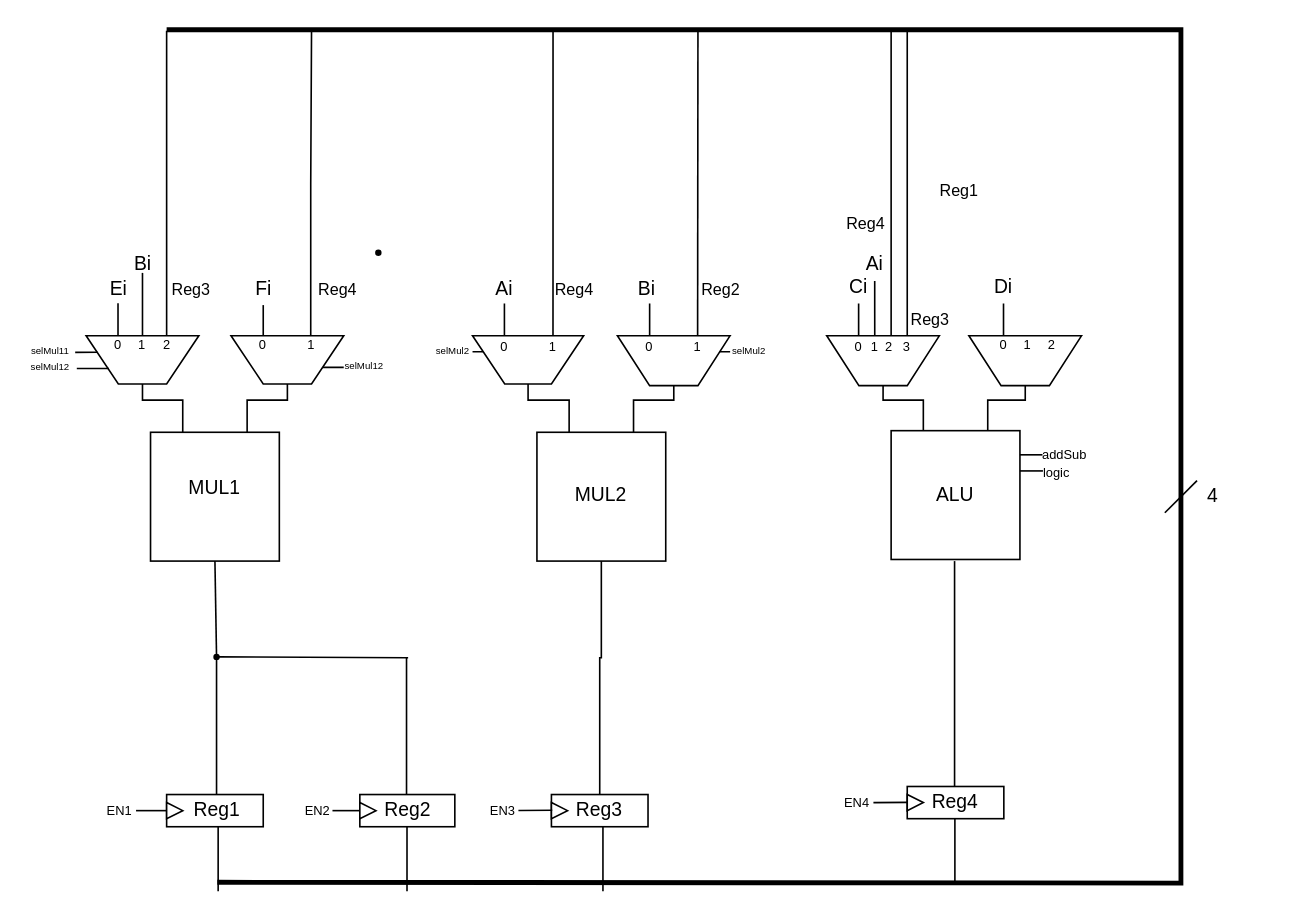
Above: Untitled Diagram.drawio in FranciscoPRosa/NEEC_test (draw.io), before the change. Source tidied: cells renumbered, new cells numbered last; positions are measured from the earlier drawing's top-left corner, leaving out a move shared by most shapes. Both pictures are drawn from the tidied source at 161%, with x=0, y=0 at pixel (26, 29).
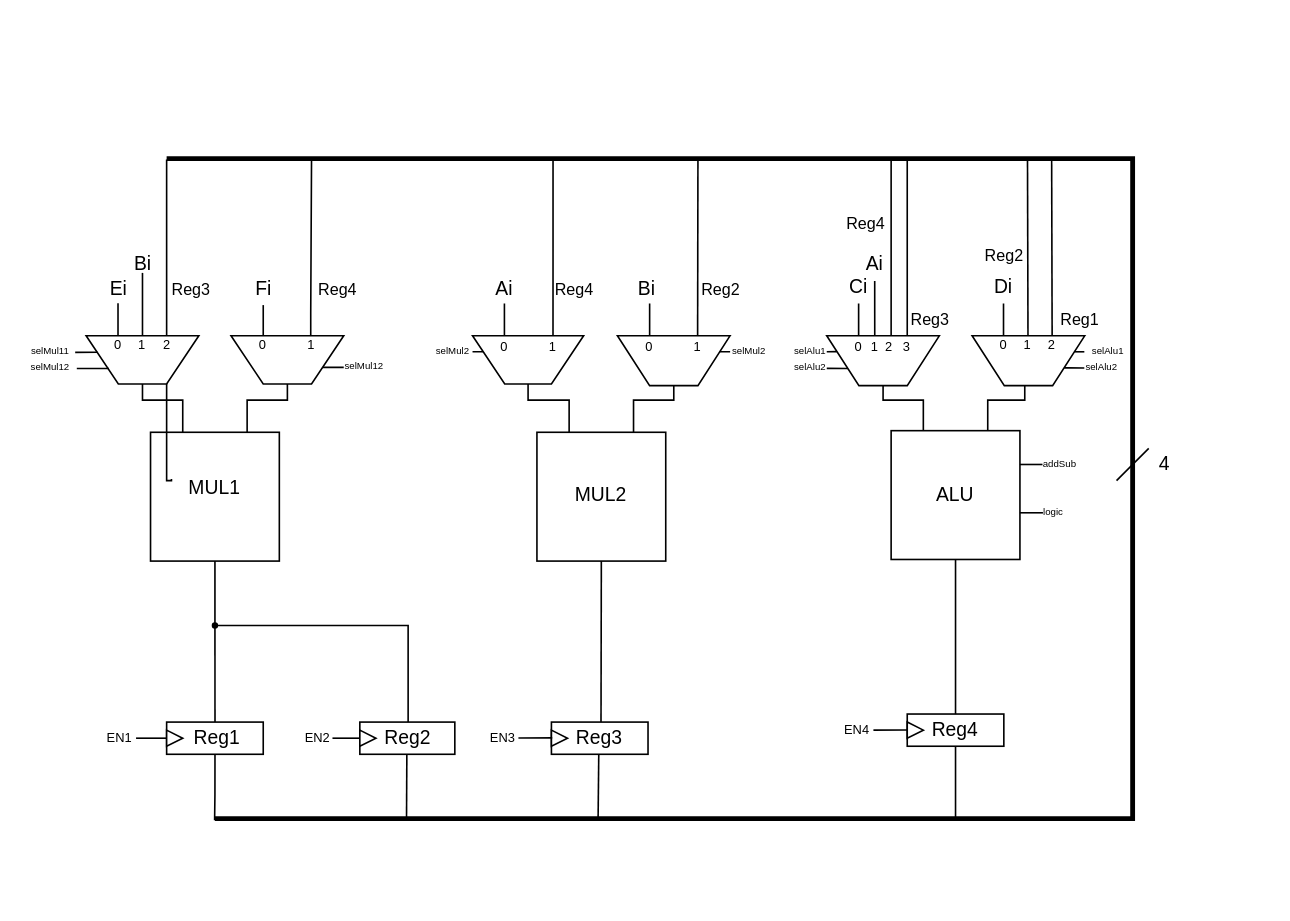
Above is the later version.

The change refers to these unchanged cells:
```xml
<mxCell id="10" style="whiteSpace=wrap;html=1;" parent="1" vertex="1">
  <mxGeometry x="77" y="250" width="80" height="80" as="geometry" />
</mxCell>
<mxCell id="12" style="whiteSpace=wrap;html=1;" parent="1" vertex="1">
  <mxGeometry x="317" y="250" width="80" height="80" as="geometry" />
</mxCell>
<mxCell id="13" style="whiteSpace=wrap;html=1;" parent="1" vertex="1">
  <mxGeometry x="537" y="249" width="80" height="80" as="geometry" />
</mxCell>
<mxCell id="70" value="&lt;font style=&quot;font-size: 8px;&quot;&gt;1&lt;/font&gt;" style="text;html=1;align=center;verticalAlign=middle;whiteSpace=wrap;rounded=0;" parent="1" vertex="1">
  <mxGeometry x="166.5" y="190" width="20" height="10" as="geometry" />
</mxCell>
<mxCell id="85" value="&lt;font style=&quot;font-size: 8px;&quot;&gt;1&lt;/font&gt;" style="text;html=1;align=center;verticalAlign=middle;whiteSpace=wrap;rounded=0;" parent="1" vertex="1">
  <mxGeometry x="317" y="191" width="20" height="10" as="geometry" />
</mxCell>
<mxCell id="87" value="&lt;font style=&quot;font-size: 8px;&quot;&gt;1&lt;/font&gt;" style="text;html=1;align=center;verticalAlign=middle;whiteSpace=wrap;rounded=0;" parent="1" vertex="1">
  <mxGeometry x="406.8" y="191" width="20" height="10" as="geometry" />
</mxCell>
<mxCell id="94" style="shape=trapezoid;perimeter=trapezoidPerimeter;whiteSpace=wrap;html=1;fixedSize=1;direction=west;" parent="1" vertex="1">
  <mxGeometry x="497" y="190" width="70" height="31" as="geometry" />
</mxCell>
<mxCell id="107" value="&lt;font style=&quot;font-size: 8px;&quot;&gt;2&lt;/font&gt;" style="text;html=1;align=center;verticalAlign=middle;whiteSpace=wrap;rounded=0;" parent="1" vertex="1">
  <mxGeometry x="627" y="190" width="20" height="10" as="geometry" />
</mxCell>
```

The edit, as a diff of the source:
```diff
@@
     <mxCell id="2" style="rounded=0;whiteSpace=wrap;html=1;" parent="1" vertex="1">
-      <mxGeometry x="326" y="475" width="60" height="20" as="geometry" />
+      <mxGeometry x="326" y="430" width="60" height="20" as="geometry" />
     </mxCell>
     <mxCell id="3" style="triangle;whiteSpace=wrap;html=1;" parent="1" vertex="1">
-      <mxGeometry x="326" y="480" width="10" height="10" as="geometry" />
+      <mxGeometry x="326" y="435" width="10" height="10" as="geometry" />
     </mxCell>
     <mxCell id="4" style="rounded=0;whiteSpace=wrap;html=1;" parent="1" vertex="1">
-      <mxGeometry x="87" y="475" width="60" height="20" as="geometry" />
+      <mxGeometry x="87" y="430" width="60" height="20" as="geometry" />
     </mxCell>
     <mxCell id="5" style="triangle;whiteSpace=wrap;html=1;" parent="1" vertex="1">
-      <mxGeometry x="87" y="480" width="10" height="10" as="geometry" />
+      <mxGeometry x="87" y="435" width="10" height="10" as="geometry" />
     </mxCell>
     <mxCell id="6" style="rounded=0;whiteSpace=wrap;html=1;" parent="1" vertex="1">
-      <mxGeometry x="547" y="470" width="60" height="20" as="geometry" />
+      <mxGeometry x="547" y="425" width="60" height="20" as="geometry" />
     </mxCell>
     <mxCell id="7" style="triangle;whiteSpace=wrap;html=1;" parent="1" vertex="1">
-      <mxGeometry x="547" y="475" width="10" height="10" as="geometry" />
+      <mxGeometry x="547" y="430" width="10" height="10" as="geometry" />
     </mxCell>
     <mxCell id="8" style="rounded=0;whiteSpace=wrap;html=1;" parent="1" vertex="1">
-      <mxGeometry x="207" y="475" width="59" height="20" as="geometry" />
+      <mxGeometry x="207" y="430" width="59" height="20" as="geometry" />
     </mxCell>
     <mxCell id="9" style="triangle;whiteSpace=wrap;html=1;" parent="1" vertex="1">
-      <mxGeometry x="207" y="480" width="10" height="10" as="geometry" />
+      <mxGeometry x="207" y="435" width="10" height="10" as="geometry" />
     </mxCell>
@@
-    <mxCell id="11" style="edgeStyle=orthogonalEdgeStyle;rounded=0;jettySize=auto;html=1;exitX=0.5;exitY=1;exitDx=0;exitDy=0;entryX=0.5;entryY=0;entryDx=0;entryDy=0;endArrow=none;endFill=0;" parent="1" edge="1" source="12" target="2">
-      <mxGeometry relative="1" as="geometry">
-        <Array as="points">
-          <mxPoint x="357" y="390" />
-        </Array>
-      </mxGeometry>
-    </mxCell>
@@
+    <mxCell id="115" style="edgeStyle=orthogonalEdgeStyle;rounded=0;jettySize=auto;html=1;endArrow=none;endFill=0;exitX=0.5;exitY=1;exitDx=0;exitDy=0;" parent="1" edge="1" source="13">
+      <mxGeometry relative="1" as="geometry">
+        <mxPoint x="577" y="425" as="targetPoint" />
+      </mxGeometry>
+    </mxCell>
@@
     <mxCell id="14" style="edgeStyle=orthogonalEdgeStyle;rounded=0;orthogonalLoop=1;jettySize=auto;html=1;exitX=0.25;exitY=1;exitDx=0;exitDy=0;endArrow=none;endFill=0;" parent="1" edge="1">
       <mxGeometry relative="1" as="geometry">
-        <mxPoint x="90" y="199" as="sourcePoint" />
-        <mxPoint x="87" y="0.6" as="targetPoint" />
+        <mxPoint x="90" y="279" as="sourcePoint" />
+        <mxPoint x="87" y="80.6" as="targetPoint" />
         <Array as="points">
-          <mxPoint x="90.5" y="200" />
-          <mxPoint x="87.5" y="200" />
+          <mxPoint x="90.5" y="280" />
+          <mxPoint x="87.5" y="280" />
         </Array>
       </mxGeometry>
     </mxCell>
@@
-    <mxCell id="18" style="endArrow=none;html=1;rounded=0;entryX=0.5;entryY=1;entryDx=0;entryDy=0;" parent="1" edge="1" source="59" target="10">
-      <mxGeometry relative="1" as="geometry" />
-    </mxCell>
-    <mxCell id="19" style="endArrow=none;html=1;rounded=0;exitX=0.5;exitY=0.167;exitDx=0;exitDy=0;exitPerimeter=0;" parent="1" edge="1">
-      <mxGeometry relative="1" as="geometry">
-        <mxPoint x="576.4" y="470" as="sourcePoint" />
-        <mxPoint x="576.4" y="330" as="targetPoint" />
-      </mxGeometry>
-    </mxCell>
@@
-    <mxCell id="22" style="endArrow=none;html=1;rounded=0;exitX=0.574;exitY=-0.029;exitDx=0;exitDy=0;exitPerimeter=0;" parent="1" edge="1">
+    <mxCell id="22" style="endArrow=none;html=1;rounded=0;" parent="1" edge="1">
       <mxGeometry relative="1" as="geometry">
-        <mxPoint x="236" y="475" as="sourcePoint" />
-        <mxPoint x="236" y="390" as="targetPoint" />
+        <mxPoint x="237" y="430" as="sourcePoint" />
+        <mxPoint x="117" y="370" as="targetPoint" />
+        <Array as="points">
+          <mxPoint x="237" y="370" />
+        </Array>
       </mxGeometry>
     </mxCell>
@@
     <mxCell id="24" value="Reg3" style="text;html=1;align=center;verticalAlign=middle;whiteSpace=wrap;rounded=0;" parent="1" vertex="1">
-      <mxGeometry x="326" y="470" width="60" height="30" as="geometry" />
+      <mxGeometry x="326" y="425" width="60" height="30" as="geometry" />
     </mxCell>
+    <mxCell id="116" style="edgeStyle=orthogonalEdgeStyle;rounded=0;jettySize=auto;html=1;endArrow=none;endFill=0;exitX=0.475;exitY=0.833;exitDx=0;exitDy=0;exitPerimeter=0;" parent="1" edge="1" source="25">
+      <mxGeometry relative="1" as="geometry">
+        <mxPoint x="116.8" y="491" as="targetPoint" />
+      </mxGeometry>
+    </mxCell>
     <mxCell id="25" value="Reg1" style="text;html=1;align=center;verticalAlign=middle;whiteSpace=wrap;rounded=0;" parent="1" vertex="1">
-      <mxGeometry x="89" y="470" width="59" height="30" as="geometry" />
+      <mxGeometry x="89" y="425" width="59" height="30" as="geometry" />
     </mxCell>
     <mxCell id="26" value="Reg4" style="text;html=1;align=center;verticalAlign=middle;whiteSpace=wrap;rounded=0;" parent="1" vertex="1">
-      <mxGeometry x="547" y="465" width="60" height="30" as="geometry" />
+      <mxGeometry x="547" y="420" width="60" height="30" as="geometry" />
     </mxCell>
     <mxCell id="27" value="Reg2" style="text;html=1;align=center;verticalAlign=middle;whiteSpace=wrap;rounded=0;" parent="1" vertex="1">
-      <mxGeometry x="206.5" y="470" width="60" height="30" as="geometry" />
+      <mxGeometry x="206.5" y="425" width="60" height="30" as="geometry" />
     </mxCell>
     <mxCell id="28" style="endArrow=none;html=1;rounded=0;entryX=0;entryY=0;entryDx=0;entryDy=0;" parent="1" edge="1">
       <mxGeometry relative="1" as="geometry">
-        <mxPoint x="617" y="264" as="sourcePoint" />
-        <mxPoint x="631" y="264" as="targetPoint" />
+        <mxPoint x="617" y="270" as="sourcePoint" />
+        <mxPoint x="631" y="270" as="targetPoint" />
       </mxGeometry>
     </mxCell>
-    <mxCell id="29" value="&lt;font style=&quot;font-size: 8px;&quot;&gt;addSub&lt;/font&gt;" style="text;html=1;align=center;verticalAlign=middle;whiteSpace=wrap;rounded=0;fontSize=10;" parent="1" vertex="1">
-      <mxGeometry x="630.3" y="255" width="30" height="15" as="geometry" />
+    <mxCell id="29" value="&lt;font style=&quot;font-size: 6px;&quot;&gt;addSub&lt;/font&gt;" style="text;html=1;align=center;verticalAlign=middle;whiteSpace=wrap;rounded=0;fontSize=6;" parent="1" vertex="1">
+      <mxGeometry x="627" y="262.5" width="30" height="15" as="geometry" />
     </mxCell>
-    <mxCell id="30" style="endArrow=none;html=1;rounded=0;" parent="1" edge="1">
-      <mxGeometry relative="1" as="geometry">
-        <mxPoint x="119" y="535" as="sourcePoint" />
-        <mxPoint x="119" y="495" as="targetPoint" />
-      </mxGeometry>
-    </mxCell>
     <mxCell id="31" style="endArrow=none;html=1;rounded=0;" parent="1" edge="1">
       <mxGeometry relative="1" as="geometry">
-        <mxPoint x="236.3" y="535" as="sourcePoint" />
-        <mxPoint x="236.3" y="495" as="targetPoint" />
+        <mxPoint x="236" y="490" as="sourcePoint" />
+        <mxPoint x="236.2" y="450" as="targetPoint" />
       </mxGeometry>
     </mxCell>
     <mxCell id="32" style="endArrow=none;html=1;rounded=0;" parent="1" edge="1">
       <mxGeometry relative="1" as="geometry">
-        <mxPoint x="358" y="535" as="sourcePoint" />
-        <mxPoint x="358" y="495" as="targetPoint" />
+        <mxPoint x="355" y="490" as="sourcePoint" />
+        <mxPoint x="355.4" y="450" as="targetPoint" />
       </mxGeometry>
     </mxCell>
     <mxCell id="33" style="endArrow=none;html=1;rounded=0;" parent="1" edge="1">
       <mxGeometry relative="1" as="geometry">
-        <mxPoint x="576.6" y="530" as="sourcePoint" />
-        <mxPoint x="576.6" y="490" as="targetPoint" />
+        <mxPoint x="577" y="490" as="sourcePoint" />
+        <mxPoint x="577" y="445" as="targetPoint" />
       </mxGeometry>
     </mxCell>
     <mxCell id="34" style="endArrow=none;html=1;rounded=0;strokeWidth=3;" parent="1" edge="1">
       <mxGeometry relative="1" as="geometry">
-        <mxPoint x="118.5" y="529.5" as="sourcePoint" />
-        <mxPoint x="87" as="targetPoint" />
+        <mxPoint x="117" y="490" as="sourcePoint" />
+        <mxPoint x="87" y="80" as="targetPoint" />
         <Array as="points">
-          <mxPoint x="717" y="530" />
-          <mxPoint x="717" y="265" />
-          <mxPoint x="717" />
+          <mxPoint x="417" y="490" />
+          <mxPoint x="687" y="490" />
+          <mxPoint x="687" y="80" />
         </Array>
       </mxGeometry>
     </mxCell>
     <mxCell id="35" style="endArrow=none;html=1;rounded=0;" parent="1" edge="1">
       <mxGeometry relative="1" as="geometry">
         <mxPoint x="537" y="190" as="sourcePoint" />
-        <mxPoint x="537" as="targetPoint" />
+        <mxPoint x="537" y="80" as="targetPoint" />
       </mxGeometry>
     </mxCell>
     <mxCell id="36" style="endArrow=none;html=1;rounded=0;exitX=0.5;exitY=0;exitDx=0;exitDy=0;" parent="1" edge="1" source="87">
       <mxGeometry relative="1" as="geometry">
-        <mxPoint x="417" as="targetPoint" />
+        <mxPoint x="417" y="80" as="targetPoint" />
       </mxGeometry>
     </mxCell>
     <mxCell id="37" style="endArrow=none;html=1;rounded=0;" parent="1" edge="1">
       <mxGeometry relative="1" as="geometry">
-        <mxPoint x="707" y="300" as="sourcePoint" />
-        <mxPoint x="727" y="280" as="targetPoint" />
+        <mxPoint x="677" y="280" as="sourcePoint" />
+        <mxPoint x="697" y="260" as="targetPoint" />
       </mxGeometry>
     </mxCell>
     <mxCell id="38" value="4" style="text;html=1;align=center;verticalAlign=middle;whiteSpace=wrap;rounded=0;" parent="1" vertex="1">
-      <mxGeometry x="707" y="275" width="60" height="30" as="geometry" />
+      <mxGeometry x="677" y="255" width="60" height="30" as="geometry" />
     </mxCell>
@@
     <mxCell id="43" value="&lt;span style=&quot;font-size: 10px;&quot;&gt;Reg1&lt;/span&gt;" style="text;html=1;align=center;verticalAlign=middle;whiteSpace=wrap;rounded=0;" parent="1" vertex="1">
-      <mxGeometry x="562" y="90" width="35" height="20" as="geometry" />
+      <mxGeometry x="637" y="170" width="35" height="20" as="geometry" />
     </mxCell>
@@
     <mxCell id="47" style="endArrow=none;html=1;rounded=0;entryX=-0.023;entryY=0.511;entryDx=0;entryDy=0;entryPerimeter=0;" parent="1" edge="1">
       <mxGeometry relative="1" as="geometry">
-        <mxPoint x="68" y="485" as="sourcePoint" />
-        <mxPoint x="86.6" y="485.2" as="targetPoint" />
+        <mxPoint x="68" y="440" as="sourcePoint" />
+        <mxPoint x="86.6" y="440.2" as="targetPoint" />
         <Array as="points">
-          <mxPoint x="78" y="485" />
-          <mxPoint x="87" y="485" />
+          <mxPoint x="78" y="440" />
+          <mxPoint x="87" y="440" />
         </Array>
       </mxGeometry>
     </mxCell>
     <mxCell id="48" value="EN1" style="text;html=1;align=center;verticalAlign=middle;whiteSpace=wrap;rounded=0;fontSize=8;" parent="1" vertex="1">
-      <mxGeometry x="48" y="480" width="20" height="10" as="geometry" />
+      <mxGeometry x="48" y="435" width="20" height="10" as="geometry" />
     </mxCell>
     <mxCell id="49" style="endArrow=none;html=1;rounded=0;entryX=0;entryY=0.5;entryDx=0;entryDy=0;" parent="1" edge="1" target="9">
       <mxGeometry relative="1" as="geometry">
-        <mxPoint x="190" y="485" as="sourcePoint" />
+        <mxPoint x="190" y="440" as="sourcePoint" />
       </mxGeometry>
     </mxCell>
     <mxCell id="50" value="EN2" style="text;html=1;align=center;verticalAlign=middle;whiteSpace=wrap;rounded=0;fontSize=8;" parent="1" vertex="1">
-      <mxGeometry x="171" y="480" width="20" height="10" as="geometry" />
+      <mxGeometry x="171" y="435" width="20" height="10" as="geometry" />
     </mxCell>
     <mxCell id="51" style="endArrow=none;html=1;rounded=0;" parent="1" edge="1">
       <mxGeometry relative="1" as="geometry">
-        <mxPoint x="305.5" y="484.9" as="sourcePoint" />
-        <mxPoint x="326.5" y="484.8" as="targetPoint" />
+        <mxPoint x="305.5" y="439.9" as="sourcePoint" />
+        <mxPoint x="326.5" y="439.8" as="targetPoint" />
       </mxGeometry>
     </mxCell>
     <mxCell id="52" value="EN3" style="text;html=1;align=center;verticalAlign=middle;whiteSpace=wrap;rounded=0;fontSize=8;" parent="1" vertex="1">
-      <mxGeometry x="286" y="480" width="20" height="10" as="geometry" />
+      <mxGeometry x="286" y="435" width="20" height="10" as="geometry" />
     </mxCell>
     <mxCell id="53" style="endArrow=none;html=1;rounded=0;" parent="1" edge="1">
       <mxGeometry relative="1" as="geometry">
-        <mxPoint x="526" y="480" as="sourcePoint" />
-        <mxPoint x="547" y="479.9" as="targetPoint" />
+        <mxPoint x="526" y="435" as="sourcePoint" />
+        <mxPoint x="547" y="434.9" as="targetPoint" />
       </mxGeometry>
     </mxCell>
     <mxCell id="54" value="EN4" style="text;html=1;align=center;verticalAlign=middle;whiteSpace=wrap;rounded=0;fontSize=8;" parent="1" vertex="1">
-      <mxGeometry x="506" y="475" width="20" height="10" as="geometry" />
+      <mxGeometry x="506" y="430" width="20" height="10" as="geometry" />
     </mxCell>
-    <mxCell id="55" value="&lt;span style=&quot;font-size: 8px;&quot;&gt;logic&lt;/span&gt;" style="text;html=1;align=center;verticalAlign=middle;whiteSpace=wrap;rounded=0;fontSize=10;" parent="1" vertex="1">
-      <mxGeometry x="625.3" y="266" width="30" height="15" as="geometry" />
+    <mxCell id="55" value="&lt;span style=&quot;font-size: 6px;&quot;&gt;logic&lt;/span&gt;" style="text;html=1;align=center;verticalAlign=middle;whiteSpace=wrap;rounded=0;fontSize=6;" parent="1" vertex="1">
+      <mxGeometry x="623" y="292" width="30" height="15" as="geometry" />
     </mxCell>
@@
     <mxCell id="57" style="endArrow=none;html=1;rounded=0;" parent="1" edge="1">
       <mxGeometry relative="1" as="geometry">
-        <mxPoint x="617" y="274" as="sourcePoint" />
-        <mxPoint x="631.3" y="274" as="targetPoint" />
+        <mxPoint x="617" y="300" as="sourcePoint" />
+        <mxPoint x="631.3" y="300" as="targetPoint" />
       </mxGeometry>
     </mxCell>
-    <mxCell id="58" style="endArrow=none;html=1;rounded=0;entryX=0.5;entryY=1;entryDx=0;entryDy=0;" parent="1" edge="1" target="59">
-      <mxGeometry relative="1" as="geometry">
-        <mxPoint x="118" y="475" as="sourcePoint" />
-      </mxGeometry>
-    </mxCell>
     <mxCell id="59" style="ellipse;whiteSpace=wrap;html=1;fillColor=#000000;" parent="1" vertex="1">
-      <mxGeometry x="116.5" y="388" width="3" height="3" as="geometry" />
+      <mxGeometry x="115.5" y="368.5" width="3" height="3" as="geometry" />
     </mxCell>
-    <mxCell id="60" style="endArrow=none;html=1;rounded=0;entryX=1;entryY=0.5;entryDx=0;entryDy=0;" parent="1" edge="1" target="59">
-      <mxGeometry relative="1" as="geometry">
-        <mxPoint x="237" y="390" as="sourcePoint" />
-      </mxGeometry>
-    </mxCell>
@@
     <mxCell id="75" style="edgeStyle=orthogonalEdgeStyle;rounded=0;jettySize=auto;html=1;exitX=0.5;exitY=0;exitDx=0;exitDy=0;endArrow=none;endFill=0;" parent="1" edge="1" source="70">
       <mxGeometry relative="1" as="geometry">
-        <mxPoint x="177" as="targetPoint" />
+        <mxPoint x="177" y="80" as="targetPoint" />
         <Array as="points">
-          <mxPoint x="176" y="96" />
-          <mxPoint x="177" />
+          <mxPoint x="176" y="176" />
+          <mxPoint x="177" y="80" />
         </Array>
       </mxGeometry>
     </mxCell>
@@
-    <mxCell id="78" style="ellipse;whiteSpace=wrap;html=1;fillColor=#000000;" parent="1" vertex="1">
-      <mxGeometry x="217" y="137" width="3" height="3" as="geometry" />
-    </mxCell>
@@
     <mxCell id="84" style="edgeStyle=orthogonalEdgeStyle;rounded=0;jettySize=auto;html=1;endArrow=none;endFill=0;exitX=0.499;exitY=-0.126;exitDx=0;exitDy=0;exitPerimeter=0;" parent="1" edge="1" source="85">
       <mxGeometry relative="1" as="geometry">
-        <mxPoint x="327" as="targetPoint" />
+        <mxPoint x="327" y="80" as="targetPoint" />
       </mxGeometry>
     </mxCell>
@@
     <mxCell id="96" style="shape=trapezoid;perimeter=trapezoidPerimeter;whiteSpace=wrap;html=1;fixedSize=1;direction=west;" parent="1" vertex="1">
-      <mxGeometry x="585.3" y="190" width="70" height="31" as="geometry" />
+      <mxGeometry x="587.3" y="190" width="70" height="31" as="geometry" />
     </mxCell>
@@
     <mxCell id="112" style="endArrow=none;html=1;rounded=0;" parent="1" edge="1">
       <mxGeometry relative="1" as="geometry">
         <mxPoint x="547" y="190" as="sourcePoint" />
-        <mxPoint x="547" as="targetPoint" />
+        <mxPoint x="547" y="80" as="targetPoint" />
       </mxGeometry>
     </mxCell>
@@
+    <mxCell id="117" style="endArrow=none;html=1;rounded=0;" parent="1" edge="1">
+      <mxGeometry relative="1" as="geometry">
+        <mxPoint x="622" y="190" as="sourcePoint" />
+        <mxPoint x="621.7" y="80" as="targetPoint" />
+      </mxGeometry>
+    </mxCell>
+    <mxCell id="118" style="endArrow=none;html=1;rounded=0;exitX=0.5;exitY=0;exitDx=0;exitDy=0;" parent="1" edge="1" source="107">
+      <mxGeometry relative="1" as="geometry">
+        <mxPoint x="636.7" y="80" as="targetPoint" />
+      </mxGeometry>
+    </mxCell>
+    <mxCell id="119" value="&lt;span style=&quot;font-size: 10px;&quot;&gt;Reg2&lt;/span&gt;" style="text;html=1;align=center;verticalAlign=middle;whiteSpace=wrap;rounded=0;" parent="1" vertex="1">
+      <mxGeometry x="591.5" y="130" width="31" height="20" as="geometry" />
+    </mxCell>
+    <mxCell id="120" style="endArrow=none;html=1;rounded=0;entryX=0.5;entryY=1;entryDx=0;entryDy=0;" parent="1" edge="1" target="12">
+      <mxGeometry relative="1" as="geometry">
+        <mxPoint x="356.8" y="430" as="sourcePoint" />
+      </mxGeometry>
+    </mxCell>
+    <mxCell id="121" style="endArrow=none;html=1;rounded=0;exitX=0.475;exitY=0.167;exitDx=0;exitDy=0;exitPerimeter=0;entryX=0.5;entryY=1;entryDx=0;entryDy=0;" parent="1" edge="1" source="25" target="10">
+      <mxGeometry relative="1" as="geometry" />
+    </mxCell>
+    <mxCell id="122" value="selAlu1" style="text;html=1;align=center;verticalAlign=middle;whiteSpace=wrap;rounded=0;fontSize=6;" parent="1" vertex="1">
+      <mxGeometry x="472" y="195.4" width="30" height="10" as="geometry" />
+    </mxCell>
+    <mxCell id="123" value="selAlu2" style="text;html=1;align=center;verticalAlign=middle;whiteSpace=wrap;rounded=0;fontSize=6;" parent="1" vertex="1">
+      <mxGeometry x="472" y="205.4" width="30" height="10" as="geometry" />
+    </mxCell>
+    <mxCell id="124" style="endArrow=none;html=1;rounded=0;entryX=0.911;entryY=0.68;entryDx=0;entryDy=0;entryPerimeter=0;" parent="1" edge="1" target="94">
+      <mxGeometry relative="1" as="geometry">
+        <mxPoint x="497" y="200" as="sourcePoint" />
+      </mxGeometry>
+    </mxCell>
+    <mxCell id="125" style="endArrow=none;html=1;rounded=0;entryX=1;entryY=0.25;entryDx=0;entryDy=0;exitX=1;exitY=0.5;exitDx=0;exitDy=0;" parent="1" edge="1" target="94">
+      <mxGeometry relative="1" as="geometry">
+        <mxPoint x="497" y="210.3" as="sourcePoint" />
+      </mxGeometry>
+    </mxCell>
+    <mxCell id="126" value="selAlu1" style="text;html=1;align=center;verticalAlign=middle;whiteSpace=wrap;rounded=0;fontSize=6;" parent="1" vertex="1">
+      <mxGeometry x="657" y="195.4" width="30" height="10" as="geometry" />
+    </mxCell>
+    <mxCell id="127" value="selAlu2" style="text;html=1;align=center;verticalAlign=middle;whiteSpace=wrap;rounded=0;fontSize=6;" parent="1" vertex="1">
+      <mxGeometry x="653" y="205.4" width="30" height="10" as="geometry" />
+    </mxCell>
+    <mxCell id="128" style="endArrow=none;html=1;rounded=0;exitX=0.095;exitY=0.679;exitDx=0;exitDy=0;exitPerimeter=0;" parent="1" edge="1">
+      <mxGeometry relative="1" as="geometry">
+        <mxPoint x="651" y="200" as="sourcePoint" />
+        <mxPoint x="657" y="200" as="targetPoint" />
+      </mxGeometry>
+    </mxCell>
+    <mxCell id="129" style="endArrow=none;html=1;rounded=0;entryX=0.133;entryY=0.467;entryDx=0;entryDy=0;entryPerimeter=0;exitX=0.183;exitY=0.355;exitDx=0;exitDy=0;exitPerimeter=0;" parent="1" edge="1" source="96" target="127">
+      <mxGeometry relative="1" as="geometry">
+        <Array as="points">
+          <mxPoint x="647" y="210" />
+        </Array>
+      </mxGeometry>
+    </mxCell>
```
